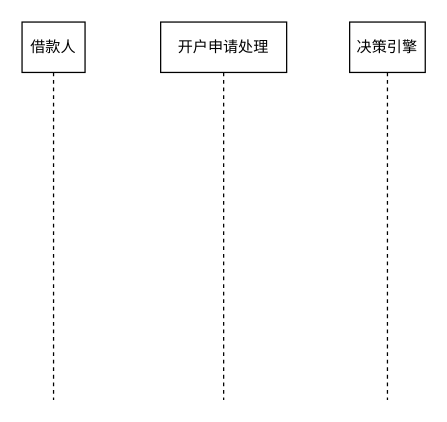
This is 开户时序图.drawio from wuxiao-web/graduationThesis, a draw.io file, before an edit. Source tidied: cells renumbered, new cells numbered last; positions are measured from the earlier drawing's top-left corner, leaving out a move shared by most shapes. Both pictures are drawn from the tidied source at 126%, with x=0, y=0 at pixel (21, 21).
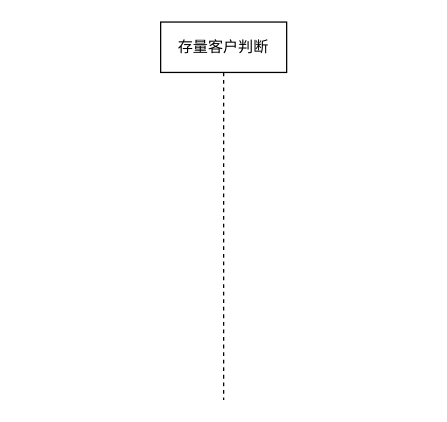
Above is the later version.

Commit message (it also covers changes not shown here):
更新开户时序图.drawio

Diff of the diagram source:
```diff
@@
 <mxGraphModel>
   <root>
     <mxCell id="0" />
     <mxCell id="1" parent="0" />
-    <mxCell id="2" value="借款人" style="shape=umlLifeline;perimeter=lifelinePerimeter;whiteSpace=wrap;html=1;newEdgeStyle={&quot;edgeStyle&quot;:&quot;elbowEdgeStyle&quot;,&quot;elbow&quot;:&quot;vertical&quot;,&quot;curved&quot;:0,&quot;rounded&quot;:0};" parent="1" vertex="1">
-      <mxGeometry width="50" height="300" as="geometry" />
-    </mxCell>
-    <mxCell id="3" value="开户申请处理" style="shape=umlLifeline;perimeter=lifelinePerimeter;whiteSpace=wrap;html=1;newEdgeStyle={&quot;edgeStyle&quot;:&quot;elbowEdgeStyle&quot;,&quot;elbow&quot;:&quot;vertical&quot;,&quot;curved&quot;:0,&quot;rounded&quot;:0};" parent="1" vertex="1">
+    <mxCell id="3" value="存量客户判断" style="shape=umlLifeline;perimeter=lifelinePerimeter;whiteSpace=wrap;html=1;newEdgeStyle={&quot;edgeStyle&quot;:&quot;elbowEdgeStyle&quot;,&quot;elbow&quot;:&quot;vertical&quot;,&quot;curved&quot;:0,&quot;rounded&quot;:0};" parent="1" vertex="1">
       <mxGeometry x="110" width="100" height="300" as="geometry" />
     </mxCell>
-    <mxCell id="4" value="决策引擎" style="shape=umlLifeline;perimeter=lifelinePerimeter;whiteSpace=wrap;html=1;newEdgeStyle={&quot;edgeStyle&quot;:&quot;elbowEdgeStyle&quot;,&quot;elbow&quot;:&quot;vertical&quot;,&quot;curved&quot;:0,&quot;rounded&quot;:0};" parent="1" vertex="1">
-      <mxGeometry x="260" width="60" height="300" as="geometry" />
-    </mxCell>
   </root>
 </mxGraphModel>
```
